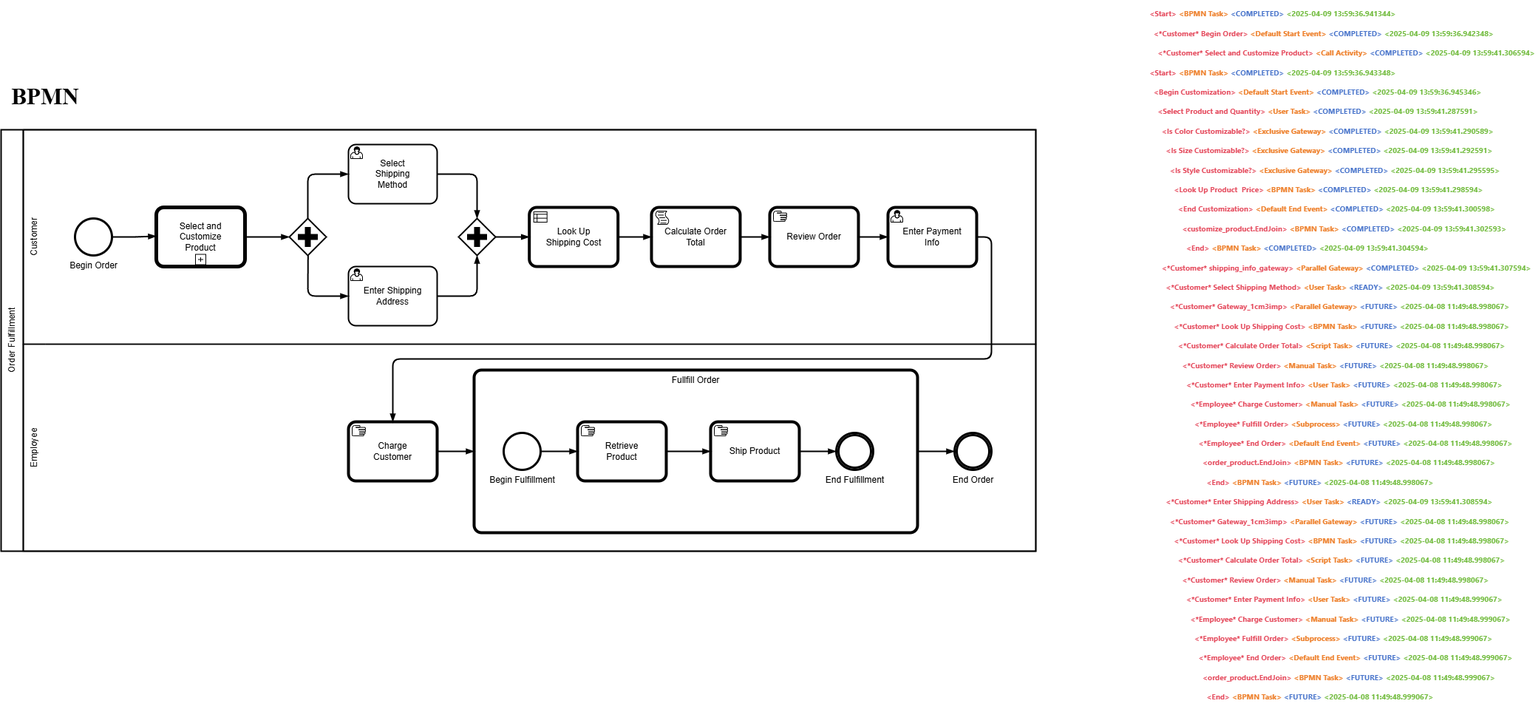
Before: BPTL.png, a diagram exported from draw.io (GUMrkai/MyFirstProject). Source tidied: cells renumbered, new cells last; positions are measured from the earlier drawing's top-left corner, leaving out a move shared by most shapes.
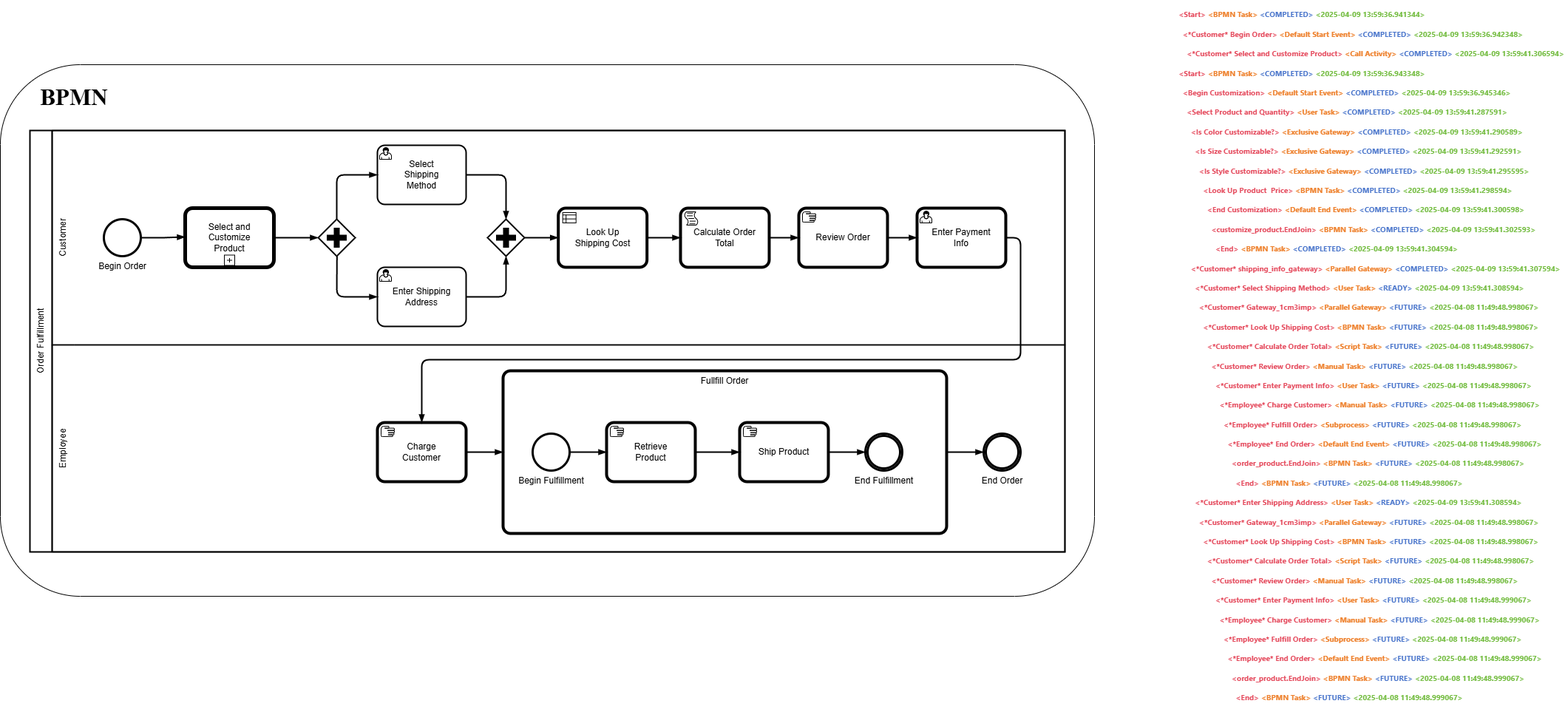
Above is the later version.

The edit, as a diff of the source:
```diff
@@ -2,6 +2,9 @@
   <root>
     <mxCell id="0" />
     <mxCell id="1" parent="0" />
+    <mxCell id="41" style="rounded=1;whiteSpace=wrap;html=1;" parent="1" vertex="1">
+      <mxGeometry x="-40" y="81" width="1480" height="719" as="geometry" />
+    </mxCell>
     <mxCell id="2" value="Order Fulfillment" style="swimlane;html=1;startSize=30;fontStyle=0;horizontal=0;swimlaneLine=1;swimlaneFillColor=#ffffff;strokeWidth=2;whiteSpace=wrap;align=center;verticalAlign=middle;fontFamily=Helvetica;fontSize=12;labelBackgroundColor=none;" parent="1" vertex="1">
       <mxGeometry y="170" width="1400" height="570" as="geometry" />
     </mxCell>
```
